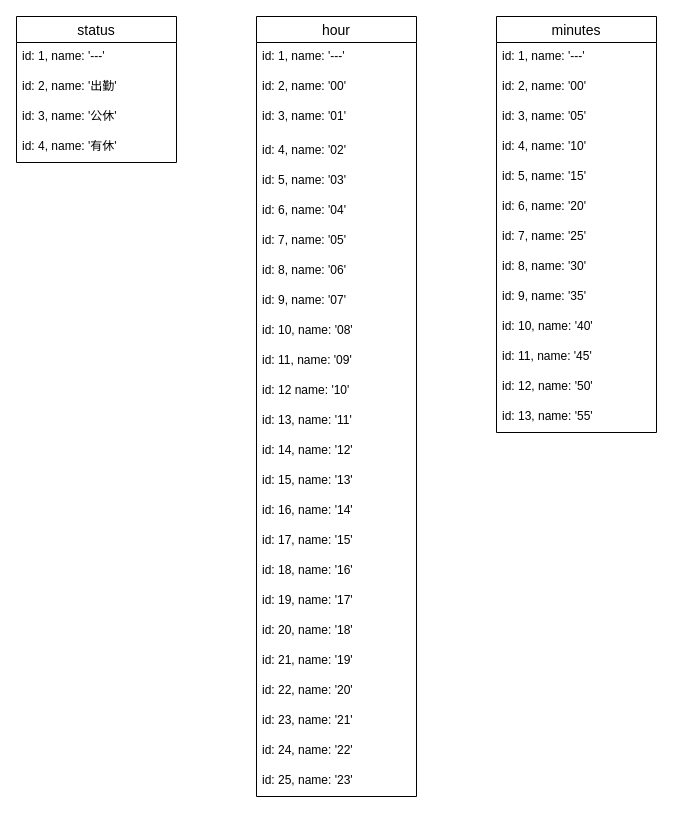
The draw.io diagram page "Active Hash" (2 of 2) of waps_ER図.dio in graphite01/waps, before the edit. Source tidied: cells renumbered, new cells numbered last; positions are measured from the earlier drawing's top-left corner, leaving out a move shared by most shapes. Both pictures are drawn from the tidied source at 100%, with x=0, y=0 at pixel (16, 16).
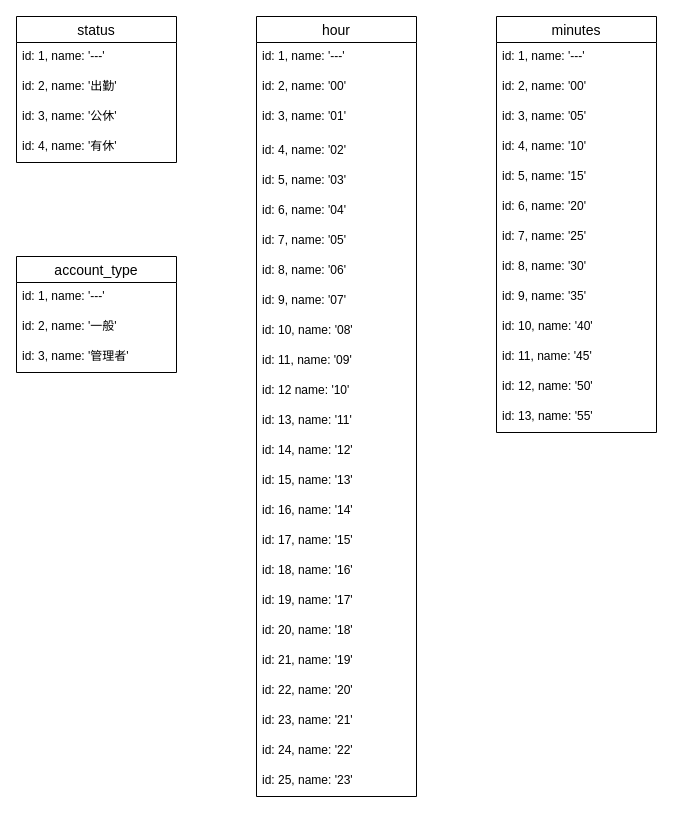
After the change.

Diff of the diagram source:
```diff
@@
+    <mxCell id="47" value="account_type" style="swimlane;fontStyle=0;horizontal=1;startSize=26;align=center;fontSize=14;" parent="1" vertex="1">
+      <mxGeometry y="240" width="160" height="116" as="geometry" />
+    </mxCell>
+    <mxCell id="48" value="id: 1, name: '---'" style="text;strokeColor=none;fillColor=none;spacingLeft=4;spacingRight=4;overflow=hidden;fontSize=12;" parent="47" vertex="1">
+      <mxGeometry y="26" width="160" height="30" as="geometry" />
+    </mxCell>
+    <mxCell id="49" value="id: 2, name: '一般'" style="text;strokeColor=none;fillColor=none;spacingLeft=4;spacingRight=4;overflow=hidden;fontSize=12;" parent="47" vertex="1">
+      <mxGeometry y="56" width="160" height="30" as="geometry" />
+    </mxCell>
+    <mxCell id="50" value="id: 3, name: '管理者'" style="text;strokeColor=none;fillColor=none;spacingLeft=4;spacingRight=4;overflow=hidden;fontSize=12;" parent="47" vertex="1">
+      <mxGeometry y="86" width="160" height="30" as="geometry" />
+    </mxCell>
```
